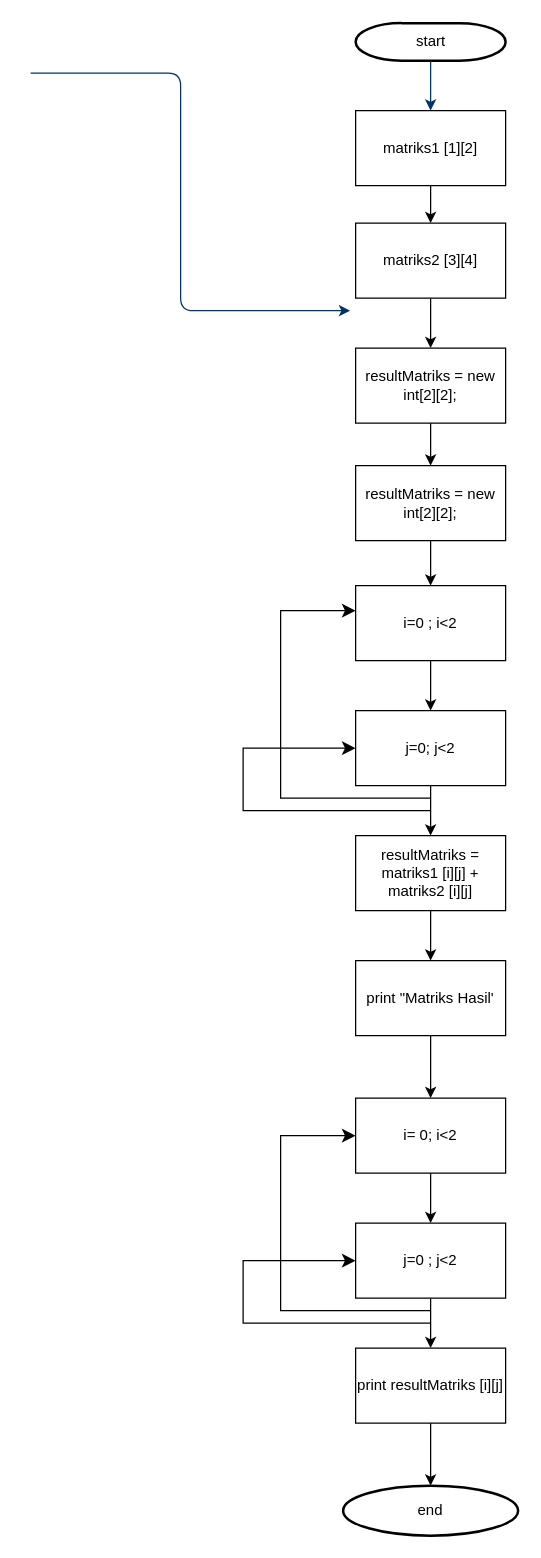
The draw.io diagram Untitled Diagram.drawio in calvinhaviandy/simple-website, before the edit. Source tidied: cells renumbered, new cells numbered last; positions are measured from the earlier drawing's top-left corner, leaving out a move shared by most shapes. Both pictures are drawn from the tidied source at 125%, with x=0, y=0 at pixel (30, 22).
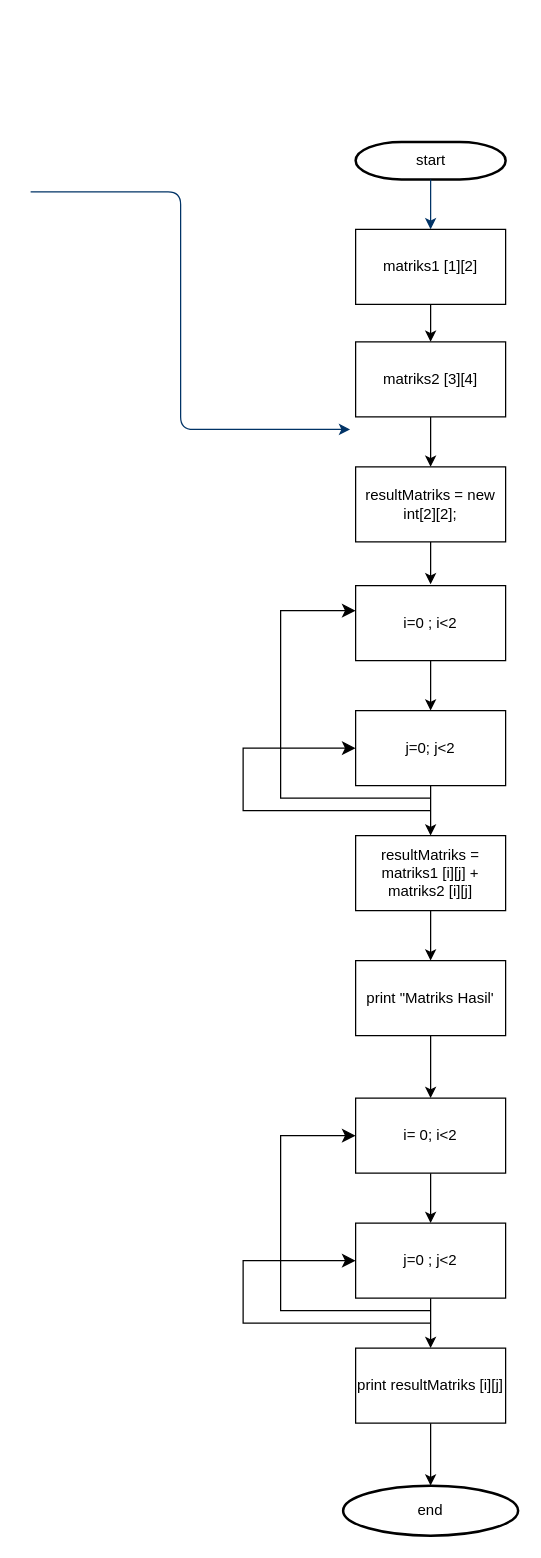
The same diagram, later.

Diff of the diagram source:
```diff
@@
     <mxCell id="2" value="start" style="shape=mxgraph.flowchart.terminator;strokeWidth=2;gradientColor=none;gradientDirection=north;fontStyle=0;html=1;" parent="1" vertex="1">
-      <mxGeometry x="260" width="120" height="30" as="geometry" />
+      <mxGeometry x="260" y="95" width="120" height="30" as="geometry" />
     </mxCell>
     <mxCell id="3" style="fontStyle=1;strokeColor=#003366;strokeWidth=1;html=1;" parent="1" edge="1" source="2">
       <mxGeometry relative="1" as="geometry">
-        <mxPoint x="320" y="70" as="targetPoint" />
+        <mxPoint x="320" y="165" as="targetPoint" />
       </mxGeometry>
     </mxCell>
     <mxCell id="4" style="edgeStyle=elbowEdgeStyle;elbow=horizontal;exitX=0;exitY=0.5;exitPerimeter=0;entryX=0.095;entryY=0.5;entryPerimeter=0;fontStyle=1;strokeColor=#003366;strokeWidth=1;html=1;" parent="1" edge="1">
       <mxGeometry as="geometry">
-        <mxPoint y="40" as="sourcePoint" />
-        <mxPoint x="255.6" y="230" as="targetPoint" />
+        <mxPoint y="135" as="sourcePoint" />
+        <mxPoint x="255.6" y="325" as="targetPoint" />
         <Array as="points">
-          <mxPoint x="120" y="910" />
+          <mxPoint x="120" y="1005" />
         </Array>
       </mxGeometry>
     </mxCell>
@@
     <mxCell id="6" value="matriks1 [1][2]" style="rounded=0;whiteSpace=wrap;html=1;" parent="1" vertex="1">
-      <mxGeometry x="260" y="70" width="120" height="60" as="geometry" />
+      <mxGeometry x="260" y="165" width="120" height="60" as="geometry" />
     </mxCell>
@@
     <mxCell id="8" value="matriks2 [3][4]" style="rounded=0;whiteSpace=wrap;html=1;" parent="1" vertex="1">
-      <mxGeometry x="260" y="160" width="120" height="60" as="geometry" />
+      <mxGeometry x="260" y="255" width="120" height="60" as="geometry" />
     </mxCell>
-    <mxCell id="9" style="edgeStyle=orthogonalEdgeStyle;rounded=0;jettySize=auto;html=1;exitX=0.5;exitY=1;exitDx=0;exitDy=0;entryX=0.5;entryY=0;entryDx=0;entryDy=0;" parent="1" edge="1" source="10" target="12">
-      <mxGeometry relative="1" as="geometry" />
+    <mxCell id="9" style="edgeStyle=orthogonalEdgeStyle;rounded=0;jettySize=auto;html=1;exitX=0.5;exitY=1;exitDx=0;exitDy=0;entryX=0.5;entryY=0;entryDx=0;entryDy=0;" parent="1" edge="1" source="10">
+      <mxGeometry relative="1" as="geometry">
+        <mxPoint x="320" y="449" as="targetPoint" />
+      </mxGeometry>
     </mxCell>
     <mxCell id="10" value="resultMatriks = new int[2][2];" style="rounded=0;whiteSpace=wrap;html=1;" parent="1" vertex="1">
-      <mxGeometry x="260" y="260" width="120" height="60" as="geometry" />
+      <mxGeometry x="260" y="355" width="120" height="60" as="geometry" />
     </mxCell>
-    <mxCell id="11" style="edgeStyle=orthogonalEdgeStyle;rounded=0;jettySize=auto;html=1;exitX=0.5;exitY=1;exitDx=0;exitDy=0;" parent="1" edge="1" source="12">
-      <mxGeometry relative="1" as="geometry">
-        <mxPoint x="320" y="450" as="targetPoint" />
-      </mxGeometry>
-    </mxCell>
-    <mxCell id="12" value="resultMatriks = new int[2][2];" style="rounded=0;whiteSpace=wrap;html=1;" parent="1" vertex="1">
-      <mxGeometry x="260" y="354" width="120" height="60" as="geometry" />
-    </mxCell>
```
